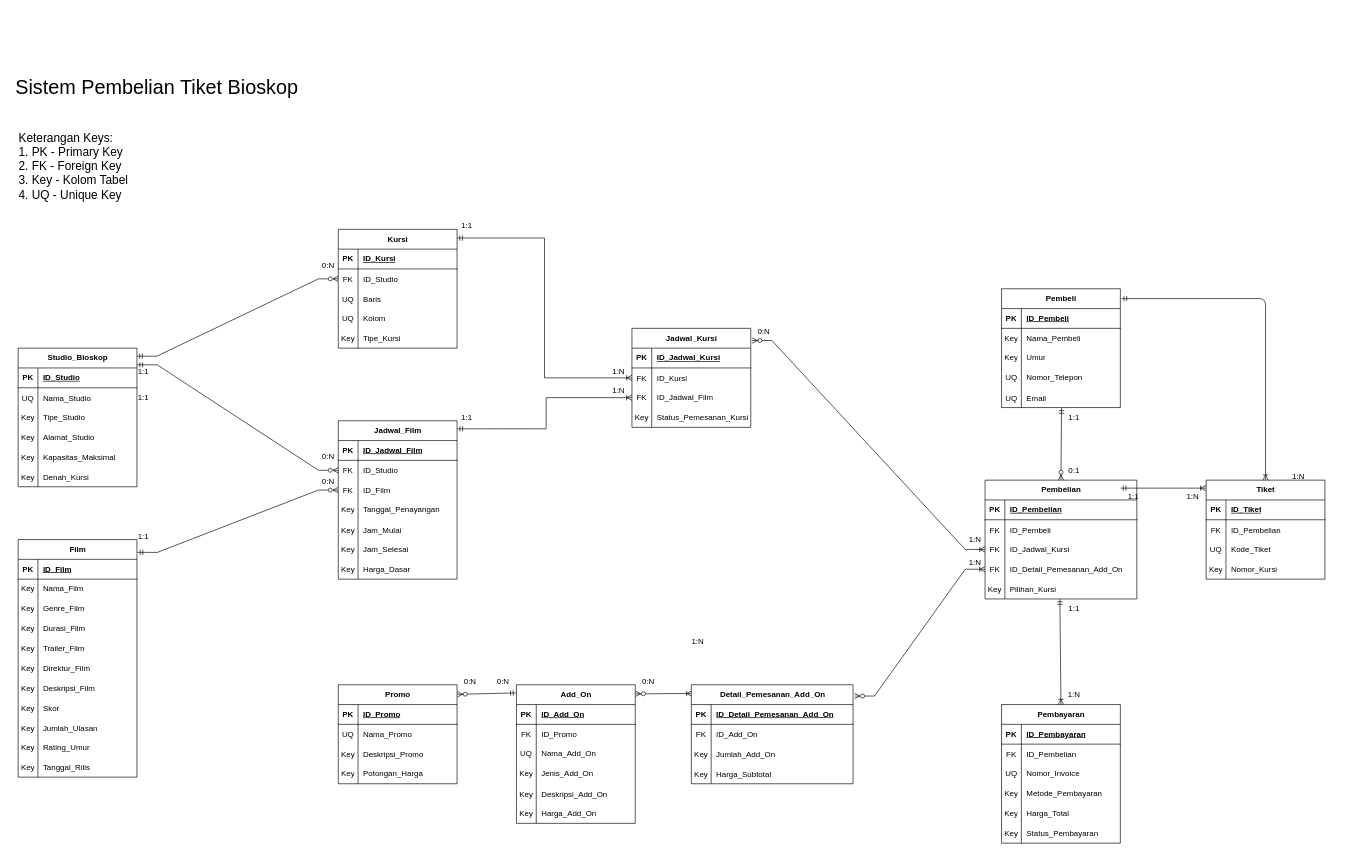
King-Ag-Jv/Project-Atrem keeps this draw.io diagram as page "Diagram-Utama" (1 of 3) of sistem-pembelian-tiket-retake.drawio. Above is the earlier version. Source tidied: cells renumbered, new cells numbered last; positions are measured from the earlier drawing's top-left corner, leaving out a move shared by most shapes. Both pictures are drawn from the tidied source at 66%, with x=0, y=0 at pixel (11, 11).
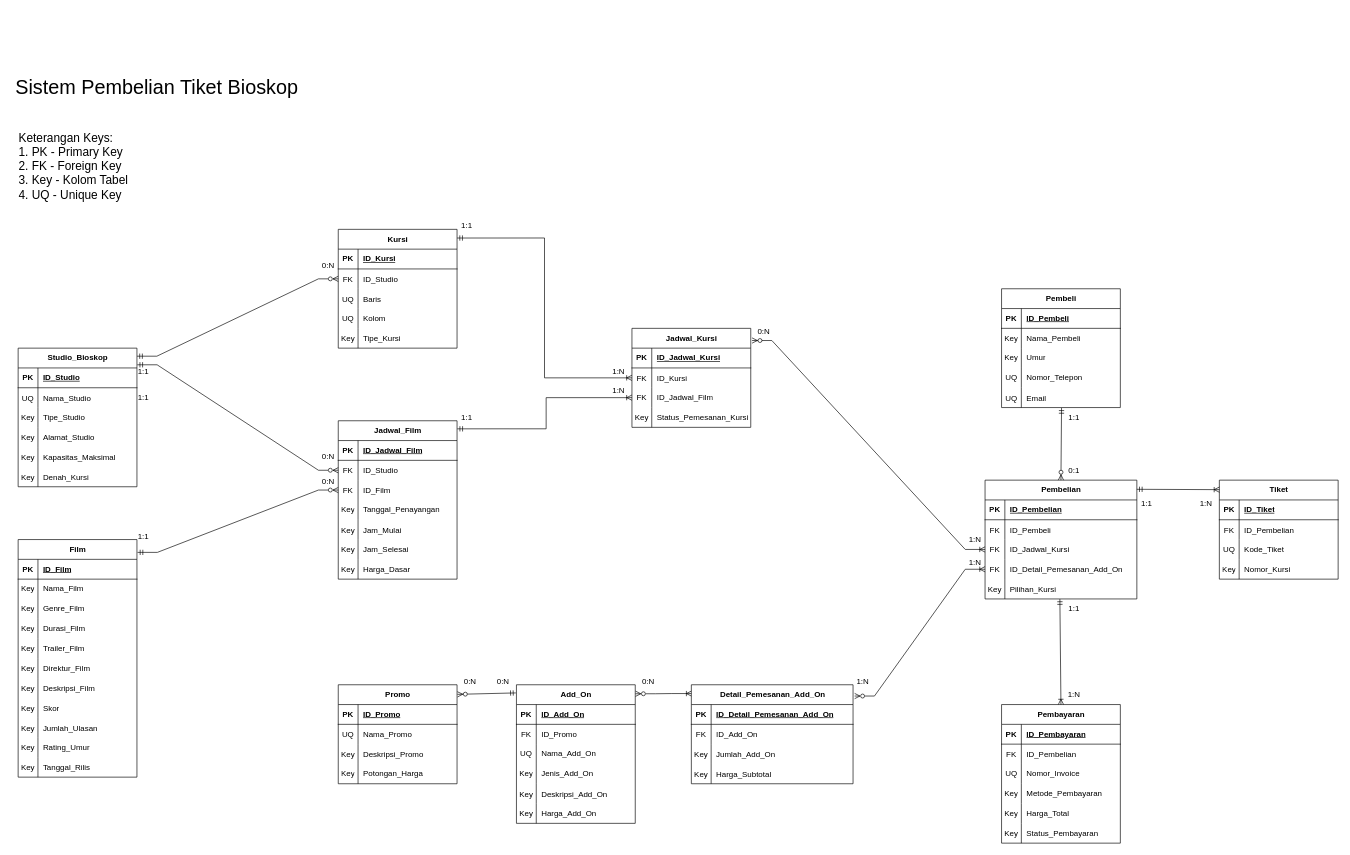
Above is the later version.

Unchanged cells that the change refers to:
```xml
<mxCell id="2" value="Pembeli" style="shape=table;startSize=30;childLayout=tableLayout;rowLines=0;fontStyle=1;align=center;html=1;" parent="1" vertex="1">
  <mxGeometry x="1500" y="420" width="180" height="180" as="geometry" />
</mxCell>
<mxCell id="37" value="Pembelian" style="shape=table;startSize=30;childLayout=tableLayout;rowLines=0;fontStyle=1;align=center;html=1;" parent="1" vertex="1">
  <mxGeometry x="1475" y="710" width="230" height="180" as="geometry" />
</mxCell>
```

The edit, as a diff of the source:
```diff
@@
     <mxCell id="87" value="Tiket" style="shape=table;startSize=30;childLayout=tableLayout;rowLines=0;fontStyle=1;align=center;html=1;" parent="1" vertex="1">
-      <mxGeometry x="1810" y="710" width="180" height="150" as="geometry" />
+      <mxGeometry x="1830" y="710" width="180" height="150" as="geometry" />
     </mxCell>
@@
-    <mxCell id="136" style="fontSize=12;html=1;endArrow=ERoneToMany;endFill=0;rounded=0;startArrow=ERmandOne;startFill=0;" parent="1" edge="1">
-      <mxGeometry relative="1" as="geometry">
-        <mxPoint x="1680.5" y="722.1" as="sourcePoint" />
-        <mxPoint x="1809.6" y="722.1" as="targetPoint" />
-      </mxGeometry>
+    <mxCell id="136" style="fontSize=12;html=1;endArrow=ERoneToMany;endFill=0;rounded=0;startArrow=ERmandOne;startFill=0;exitX=1;exitY=0.077;exitDx=0;exitDy=0;exitPerimeter=0;entryX=0.001;entryY=0.096;entryDx=0;entryDy=0;entryPerimeter=0;" parent="1" edge="1" source="37" target="87">
+      <mxGeometry relative="1" as="geometry" />
     </mxCell>
-    <mxCell id="137" style="fontSize=12;html=1;endArrow=ERoneToMany;endFill=0;rounded=1;startArrow=ERmandOne;startFill=0;exitX=1.009;exitY=0.083;exitDx=0;exitDy=0;exitPerimeter=0;entryX=0.5;entryY=0;entryDx=0;entryDy=0;edgeStyle=orthogonalEdgeStyle;" parent="1" edge="1" source="2" target="87">
-      <mxGeometry relative="1" as="geometry" />
-    </mxCell>
@@
     <mxCell id="140" value="1:N" style="text;html=1;whiteSpace=wrap;strokeColor=none;fillColor=none;align=center;verticalAlign=middle;rounded=0;" parent="1" vertex="1">
-      <mxGeometry x="1010" y="940" width="60" height="30" as="geometry" />
+      <mxGeometry x="1260" y="1000" width="60" height="30" as="geometry" />
     </mxCell>
@@
     <mxCell id="148" value="1:1" style="text;html=1;whiteSpace=wrap;strokeColor=none;fillColor=none;align=center;verticalAlign=middle;rounded=0;" parent="1" vertex="1">
-      <mxGeometry x="1670" y="720" width="60" height="30" as="geometry" />
+      <mxGeometry x="1690" y="730" width="60" height="30" as="geometry" />
     </mxCell>
     <mxCell id="149" value="1:N" style="text;html=1;whiteSpace=wrap;strokeColor=none;fillColor=none;align=center;verticalAlign=middle;rounded=0;" parent="1" vertex="1">
-      <mxGeometry x="1760" y="720" width="60" height="30" as="geometry" />
+      <mxGeometry x="1780" y="730" width="60" height="30" as="geometry" />
     </mxCell>
-    <mxCell id="150" value="1:N" style="text;html=1;whiteSpace=wrap;strokeColor=none;fillColor=none;align=center;verticalAlign=middle;rounded=0;" parent="1" vertex="1">
-      <mxGeometry x="1920" y="690" width="60" height="30" as="geometry" />
-    </mxCell>
```
